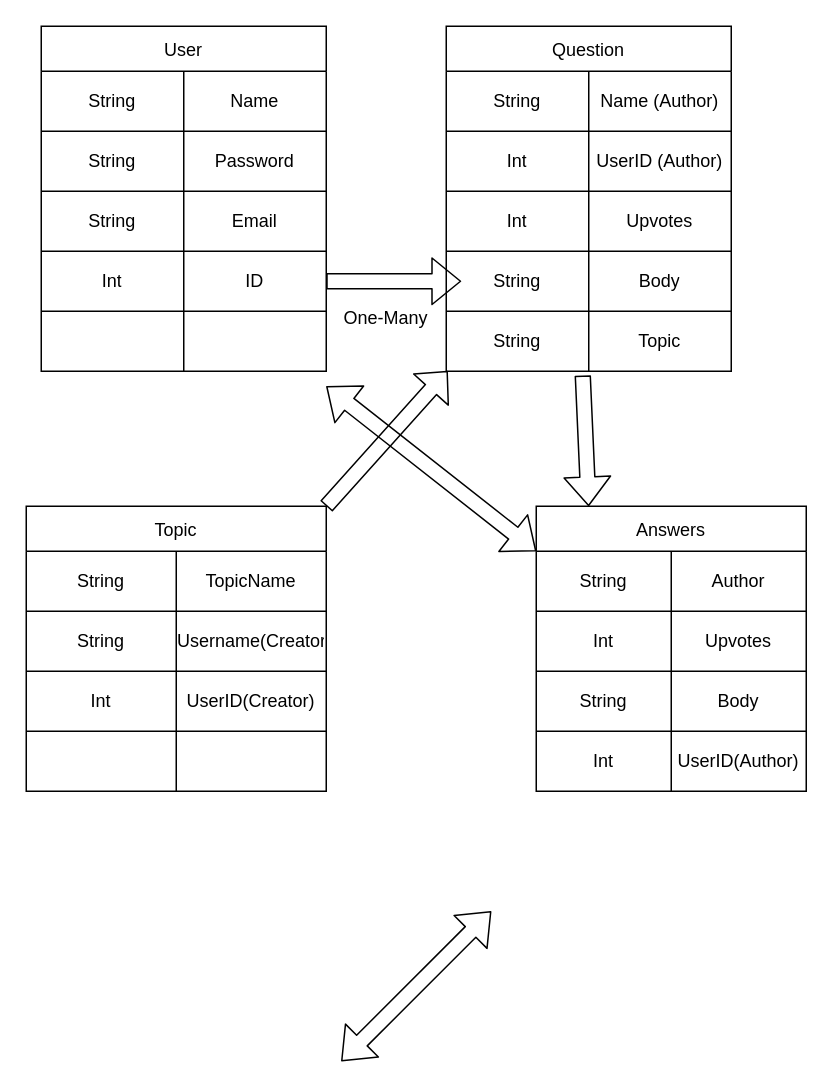
This is page "Database" (7 of 7) of planning/design.drawio from Ehssss/Q-A-Project, a draw.io file, before an edit. Source tidied: cells renumbered, new cells numbered last; positions are measured from the earlier drawing's top-left corner, leaving out a move shared by most shapes. Both pictures are drawn from the tidied source at 150%, with x=0, y=0 at pixel (26, 26).
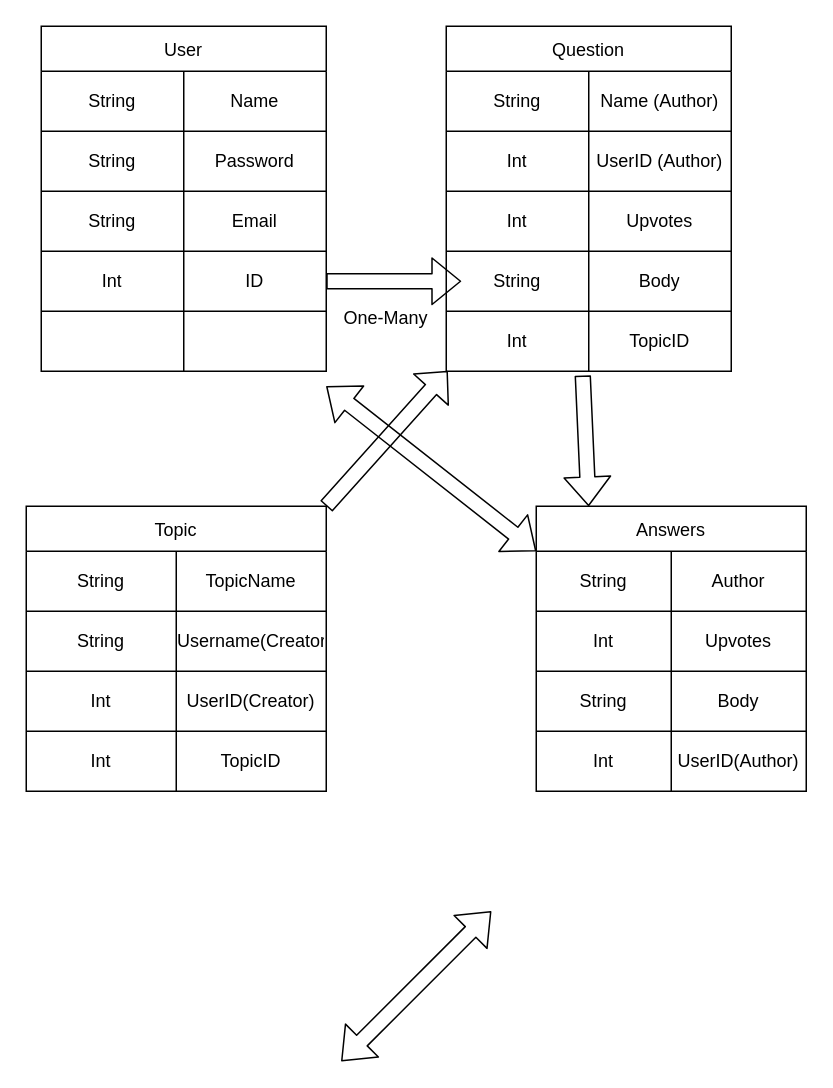
The same page after the edit.

Commit message:
seed data

The change refers to these unchanged cells:
```xml
<mxCell id="33" style="shape=tableRow;horizontal=0;startSize=0;swimlaneHead=0;swimlaneBody=0;top=0;left=0;bottom=0;right=0;fillColor=none;points=[[0,0.5],[1,0.5]];portConstraint=eastwest;rounded=0;shadow=0;" parent="20" vertex="1">
  <mxGeometry y="190" width="190" height="40" as="geometry" />
</mxCell>
<mxCell id="46" style="shape=tableRow;horizontal=0;startSize=0;swimlaneHead=0;swimlaneBody=0;top=0;left=0;bottom=0;right=0;fillColor=none;" parent="36" vertex="1">
  <mxGeometry y="150" width="200" height="40" as="geometry" />
</mxCell>
```

What changed in the source:
```diff
@@
-    <mxCell id="34" value="String" style="shape=partialRectangle;html=1;whiteSpace=wrap;overflow=hidden;fillColor=none;top=0;left=0;bottom=0;right=0;rounded=0;shadow=0;" parent="33" vertex="1">
+    <mxCell id="34" value="Int" style="shape=partialRectangle;html=1;whiteSpace=wrap;overflow=hidden;fillColor=none;top=0;left=0;bottom=0;right=0;rounded=0;shadow=0;" parent="33" vertex="1">
       <mxGeometry width="95" height="40" as="geometry" />
     </mxCell>
-    <mxCell id="35" value="Topic" style="shape=partialRectangle;html=1;whiteSpace=wrap;overflow=hidden;fillColor=none;top=0;left=0;bottom=0;right=0;rounded=0;shadow=0;" parent="33" vertex="1">
+    <mxCell id="35" value="TopicID" style="shape=partialRectangle;html=1;whiteSpace=wrap;overflow=hidden;fillColor=none;top=0;left=0;bottom=0;right=0;rounded=0;shadow=0;" parent="33" vertex="1">
       <mxGeometry x="95" width="95" height="40" as="geometry" />
     </mxCell>
@@
-    <mxCell id="47" style="shape=partialRectangle;html=1;whiteSpace=wrap;overflow=hidden;fillColor=none;top=0;left=0;bottom=0;right=0;" parent="46" vertex="1">
+    <mxCell id="47" value="Int" style="shape=partialRectangle;html=1;whiteSpace=wrap;overflow=hidden;fillColor=none;top=0;left=0;bottom=0;right=0;" parent="46" vertex="1">
       <mxGeometry width="100" height="40" as="geometry" />
     </mxCell>
-    <mxCell id="48" style="shape=partialRectangle;html=1;whiteSpace=wrap;overflow=hidden;fillColor=none;top=0;left=0;bottom=0;right=0;" parent="46" vertex="1">
+    <mxCell id="48" value="TopicID" style="shape=partialRectangle;html=1;whiteSpace=wrap;overflow=hidden;fillColor=none;top=0;left=0;bottom=0;right=0;" parent="46" vertex="1">
       <mxGeometry x="100" width="100" height="40" as="geometry" />
     </mxCell>
```
